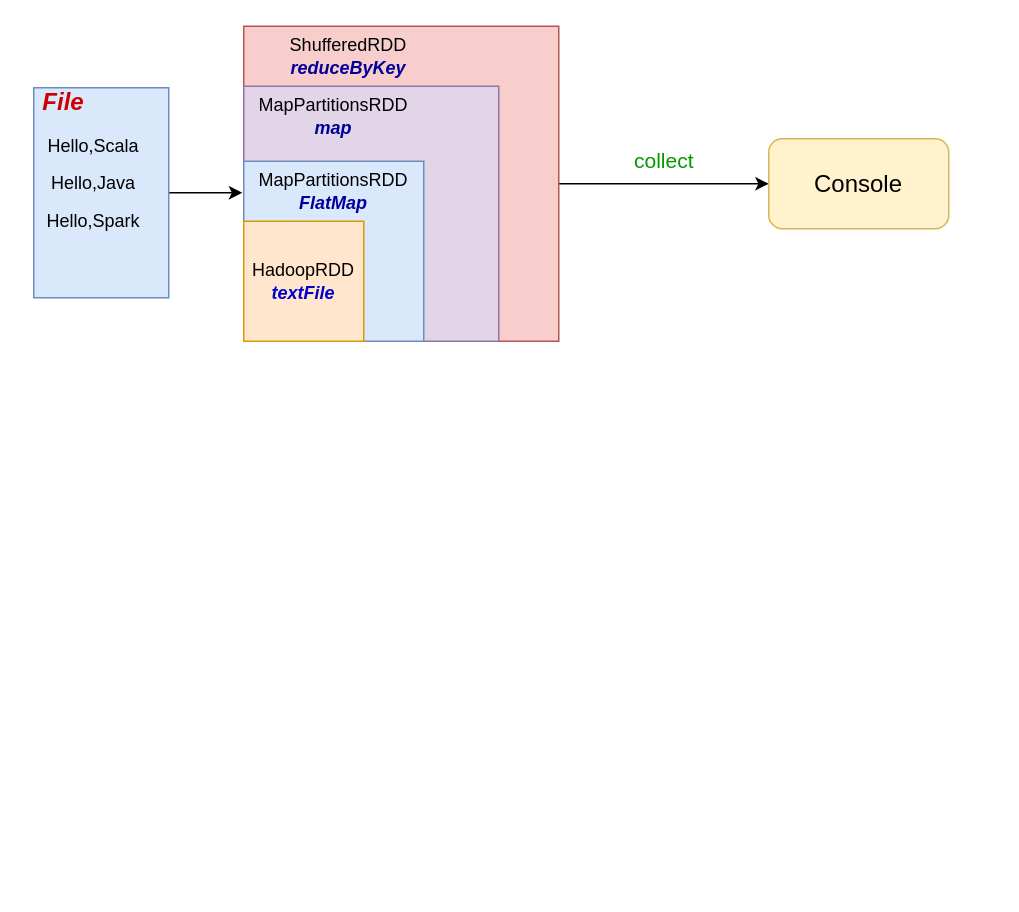
The draw.io diagram 未命名绘图.drawio in AZHELLRGX/draw-io, before the edit. Source tidied: cells renumbered, new cells numbered last; positions are measured from the earlier drawing's top-left corner, leaving out a move shared by most shapes. Both pictures are drawn from the tidied source at 150%, with x=0, y=0 at pixel (33, 26).
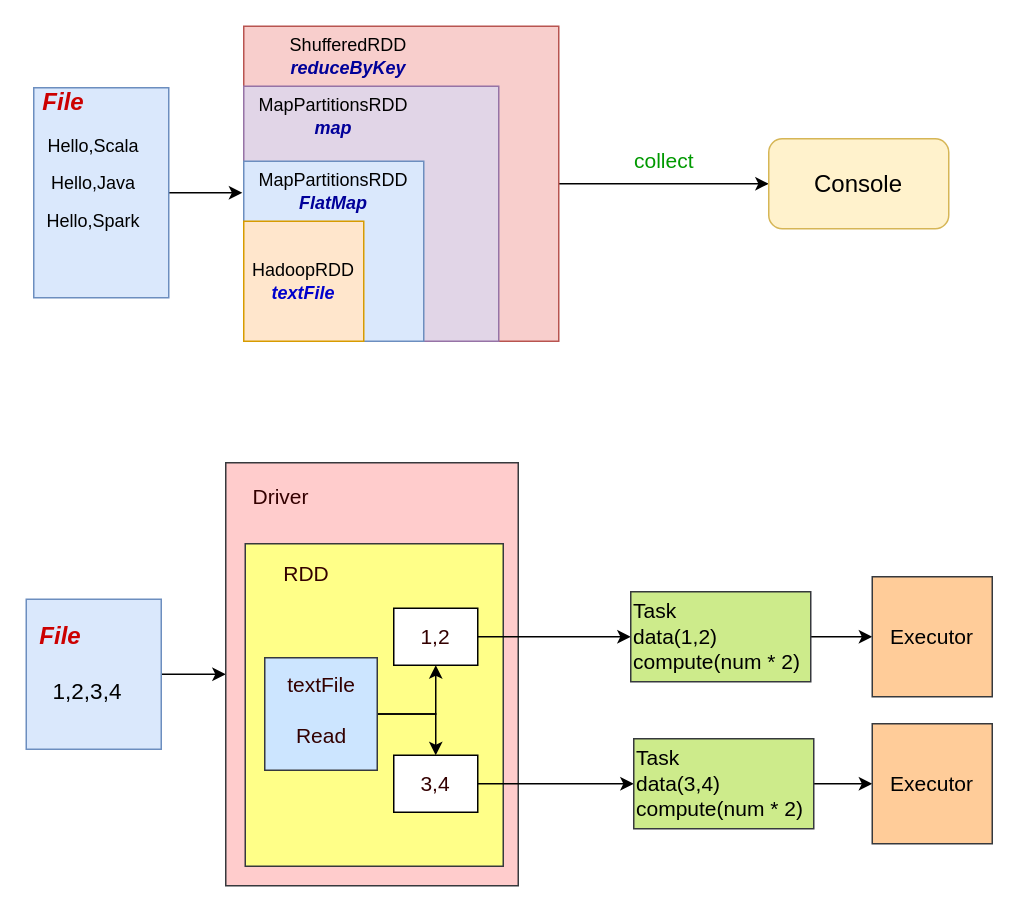
The same diagram, later.

Commit message:
更新未命名绘图.drawio

The edit, as a diff of the source:
```diff
@@
+    <mxCell id="18" style="edgeStyle=orthogonalEdgeStyle;rounded=0;jettySize=auto;html=1;exitX=1;exitY=0.5;exitDx=0;exitDy=0;fontSize=14;fontColor=#330000;" parent="1" edge="1" source="19" target="22">
+      <mxGeometry relative="1" as="geometry" />
+    </mxCell>
+    <mxCell id="19" style="rounded=0;whiteSpace=wrap;html=1;labelBackgroundColor=none;fillColor=#dae8fc;strokeColor=#6c8ebf;" parent="1" vertex="1">
+      <mxGeometry x="-5" y="382" width="90" height="100" as="geometry" />
+    </mxCell>
+    <mxCell id="20" value="File" style="text;html=1;strokeColor=none;fillColor=none;align=center;verticalAlign=middle;whiteSpace=wrap;rounded=0;labelBackgroundColor=none;fontColor=#CC0000;fontStyle=3;fontSize=16;" parent="1" vertex="1">
+      <mxGeometry x="-2" y="396" width="40" height="20" as="geometry" />
+    </mxCell>
+    <mxCell id="21" value="&lt;font style=&quot;font-size: 15px&quot;&gt;1,2,3,4&lt;/font&gt;" style="text;html=1;strokeColor=none;fillColor=none;align=center;verticalAlign=middle;whiteSpace=wrap;rounded=0;labelBackgroundColor=none;" parent="1" vertex="1">
+      <mxGeometry x="7" y="433" width="58" height="20" as="geometry" />
+    </mxCell>
+    <mxCell id="22" style="rounded=0;whiteSpace=wrap;html=1;labelBackgroundColor=none;fontSize=14;fillColor=#ffcccc;strokeColor=#36393d;" parent="1" vertex="1">
+      <mxGeometry x="128" y="291" width="195" height="282" as="geometry" />
+    </mxCell>
+    <mxCell id="23" value="&lt;font color=&quot;#330000&quot;&gt;Driver&lt;/font&gt;" style="text;html=1;strokeColor=none;fillColor=none;align=center;verticalAlign=middle;whiteSpace=wrap;rounded=0;labelBackgroundColor=none;fontSize=14;fontColor=#009900;" parent="1" vertex="1">
+      <mxGeometry x="145" y="304" width="40" height="20" as="geometry" />
+    </mxCell>
+    <mxCell id="24" style="rounded=0;whiteSpace=wrap;html=1;labelBackgroundColor=none;fontSize=14;fillColor=#ffff88;strokeColor=#36393d;" parent="1" vertex="1">
+      <mxGeometry x="141" y="345" width="172" height="215" as="geometry" />
+    </mxCell>
+    <mxCell id="25" style="edgeStyle=orthogonalEdgeStyle;rounded=0;jettySize=auto;html=1;exitX=1;exitY=0.5;exitDx=0;exitDy=0;entryX=0.5;entryY=1;entryDx=0;entryDy=0;fontSize=14;fontColor=#330000;" parent="1" edge="1" source="27" target="31">
+      <mxGeometry relative="1" as="geometry" />
+    </mxCell>
+    <mxCell id="26" style="edgeStyle=orthogonalEdgeStyle;rounded=0;jettySize=auto;html=1;exitX=1;exitY=0.5;exitDx=0;exitDy=0;entryX=0.5;entryY=0;entryDx=0;entryDy=0;fontSize=14;fontColor=#330000;" parent="1" edge="1" source="27" target="33">
+      <mxGeometry relative="1" as="geometry" />
+    </mxCell>
+    <mxCell id="27" style="whiteSpace=wrap;html=1;labelBackgroundColor=none;fontSize=14;fillColor=#cce5ff;strokeColor=#36393d;" parent="1" vertex="1">
+      <mxGeometry x="154" y="421" width="75" height="75" as="geometry" />
+    </mxCell>
+    <mxCell id="28" value="RDD" style="text;html=1;strokeColor=none;fillColor=none;align=center;verticalAlign=middle;whiteSpace=wrap;rounded=0;labelBackgroundColor=none;fontSize=14;fontColor=#330000;" parent="1" vertex="1">
+      <mxGeometry x="162" y="355" width="40" height="20" as="geometry" />
+    </mxCell>
+    <mxCell id="29" value="textFile&lt;br&gt;&lt;br&gt;Read" style="text;html=1;strokeColor=none;fillColor=none;align=center;verticalAlign=middle;whiteSpace=wrap;rounded=0;labelBackgroundColor=none;fontSize=14;fontColor=#330000;" parent="1" vertex="1">
+      <mxGeometry x="172" y="446" width="40" height="20" as="geometry" />
+    </mxCell>
+    <mxCell id="30" style="edgeStyle=orthogonalEdgeStyle;rounded=0;jettySize=auto;html=1;exitX=1;exitY=0.5;exitDx=0;exitDy=0;fontSize=14;fontColor=#330000;entryX=0;entryY=0.5;entryDx=0;entryDy=0;" parent="1" edge="1" source="31" target="35">
+      <mxGeometry relative="1" as="geometry" />
+    </mxCell>
+    <mxCell id="31" value="1,2" style="rounded=0;whiteSpace=wrap;html=1;labelBackgroundColor=none;fontSize=14;fontColor=#330000;" parent="1" vertex="1">
+      <mxGeometry x="240" y="388" width="56" height="38" as="geometry" />
+    </mxCell>
+    <mxCell id="32" style="edgeStyle=orthogonalEdgeStyle;rounded=0;jettySize=auto;html=1;exitX=1;exitY=0.5;exitDx=0;exitDy=0;entryX=0;entryY=0.5;entryDx=0;entryDy=0;fontSize=14;fontColor=#330000;" parent="1" edge="1" source="33" target="37">
+      <mxGeometry relative="1" as="geometry" />
+    </mxCell>
+    <mxCell id="33" value="3,4" style="rounded=0;whiteSpace=wrap;html=1;labelBackgroundColor=none;fontSize=14;fontColor=#330000;" parent="1" vertex="1">
+      <mxGeometry x="240" y="486" width="56" height="38" as="geometry" />
+    </mxCell>
+    <mxCell id="34" style="edgeStyle=orthogonalEdgeStyle;rounded=0;jettySize=auto;html=1;exitX=1;exitY=0.5;exitDx=0;exitDy=0;fontSize=14;fontColor=#330000;" parent="1" edge="1" source="35" target="38">
+      <mxGeometry relative="1" as="geometry" />
+    </mxCell>
+    <mxCell id="35" value="Task&lt;br&gt;data(1,2)&lt;br&gt;compute(num * 2)" style="rounded=0;whiteSpace=wrap;html=1;labelBackgroundColor=none;fontSize=14;align=left;fillColor=#cdeb8b;strokeColor=#36393d;" parent="1" vertex="1">
+      <mxGeometry x="398" y="377" width="120" height="60" as="geometry" />
+    </mxCell>
+    <mxCell id="36" style="edgeStyle=orthogonalEdgeStyle;rounded=0;jettySize=auto;html=1;exitX=1;exitY=0.5;exitDx=0;exitDy=0;fontSize=14;fontColor=#330000;" parent="1" edge="1" source="37" target="39">
+      <mxGeometry relative="1" as="geometry" />
+    </mxCell>
+    <mxCell id="37" value="Task&lt;br&gt;data(3,4)&lt;br&gt;compute(num * 2)" style="rounded=0;whiteSpace=wrap;html=1;labelBackgroundColor=none;fontSize=14;align=left;fillColor=#cdeb8b;strokeColor=#36393d;" parent="1" vertex="1">
+      <mxGeometry x="400" y="475" width="120" height="60" as="geometry" />
+    </mxCell>
+    <mxCell id="38" value="Executor" style="whiteSpace=wrap;html=1;labelBackgroundColor=none;fontSize=14;align=center;fillColor=#ffcc99;strokeColor=#36393d;" parent="1" vertex="1">
+      <mxGeometry x="559" y="367" width="80" height="80" as="geometry" />
+    </mxCell>
+    <mxCell id="39" value="Executor" style="whiteSpace=wrap;html=1;labelBackgroundColor=none;fontSize=14;align=center;fillColor=#ffcc99;strokeColor=#36393d;" parent="1" vertex="1">
+      <mxGeometry x="559" y="465" width="80" height="80" as="geometry" />
+    </mxCell>
```
